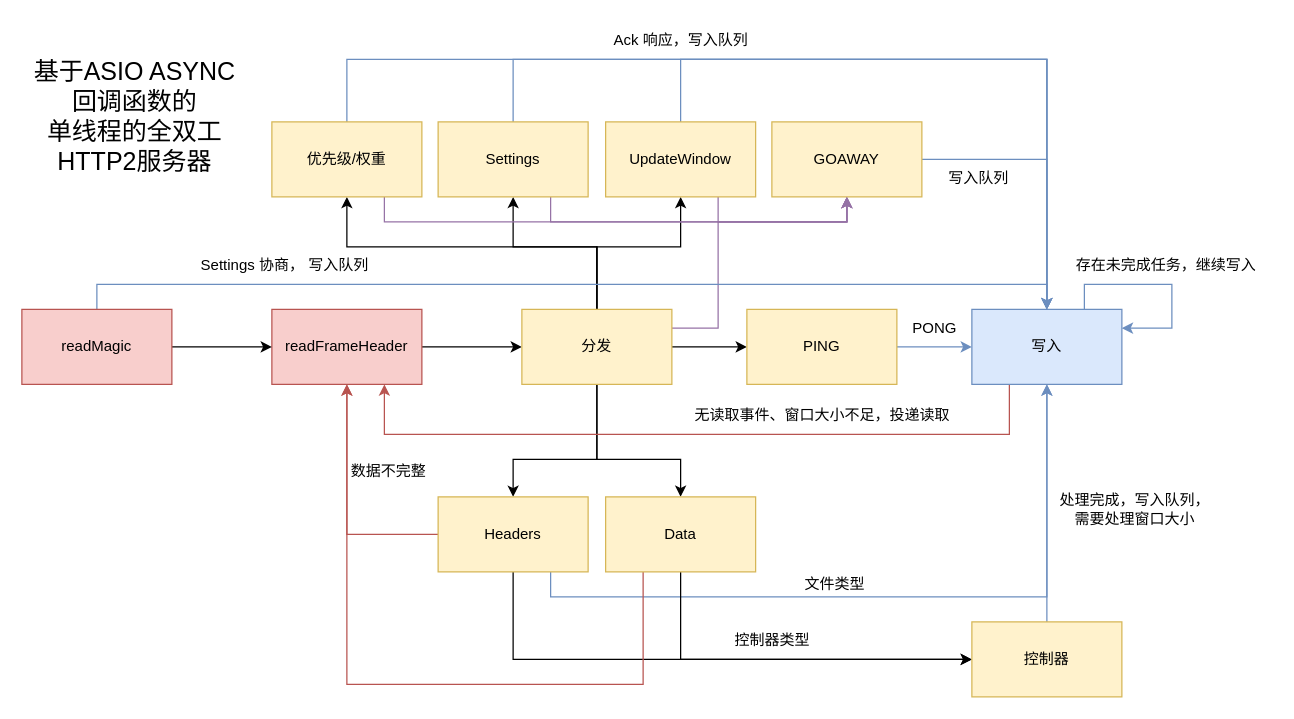
Earlier version of the draw.io diagram scratch.drawio (libsese/sese). Source tidied: cells renumbered, new cells numbered last; positions are measured from the earlier drawing's top-left corner, leaving out a move shared by most shapes. Both pictures are drawn from the tidied source at 125%, with x=0, y=0 at pixel (21, 21).
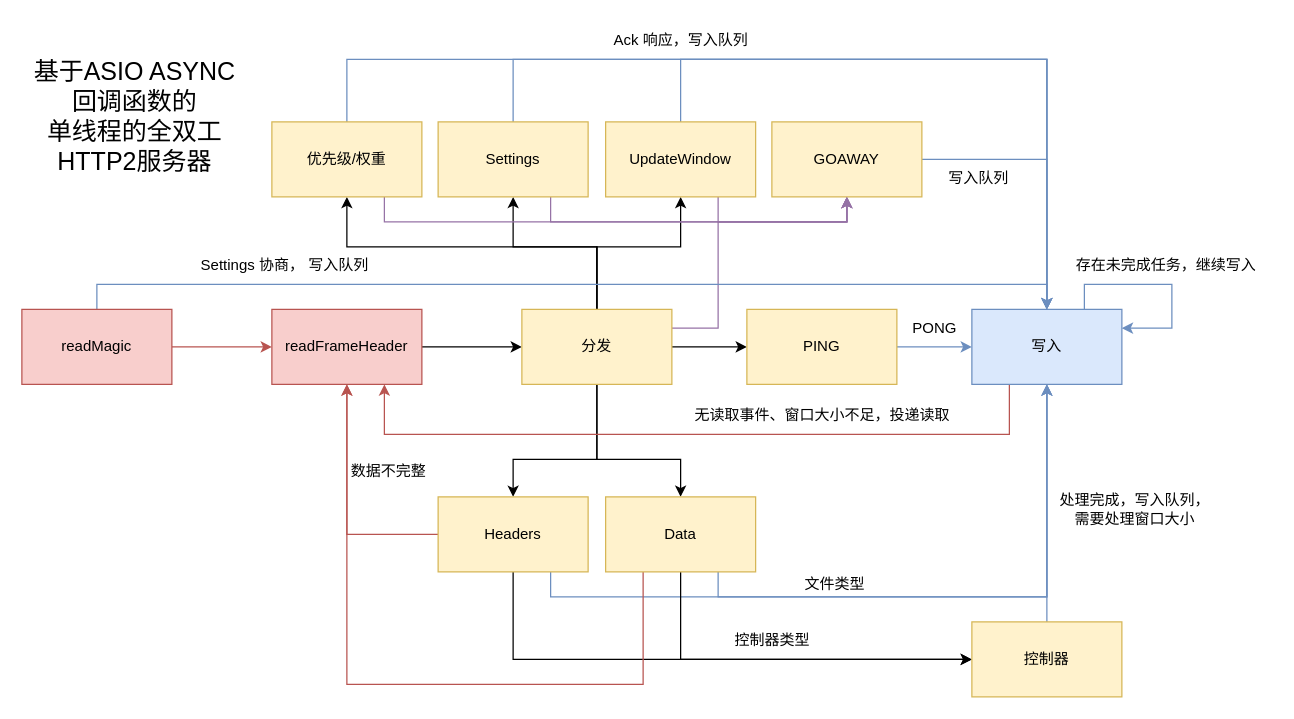
After the change.

The change refers to these unchanged cells:
```xml
<mxCell id="3" value="readFrameHeader" style="rounded=0;whiteSpace=wrap;html=1;fillColor=#f8cecc;strokeColor=#b85450;" parent="1" vertex="1">
  <mxGeometry x="200" y="230" width="120" height="60" as="geometry" />
</mxCell>
<mxCell id="20" value="readMagic" style="rounded=0;whiteSpace=wrap;html=1;fillColor=#f8cecc;strokeColor=#b85450;" parent="1" vertex="1">
  <mxGeometry y="230" width="120" height="60" as="geometry" />
</mxCell>
<mxCell id="27" value="Data" style="rounded=0;whiteSpace=wrap;html=1;fillColor=#fff2cc;strokeColor=#d6b656;" parent="1" vertex="1">
  <mxGeometry x="467" y="380" width="120" height="60" as="geometry" />
</mxCell>
<mxCell id="29" value="写入" style="rounded=0;whiteSpace=wrap;html=1;fillColor=#dae8fc;strokeColor=#6c8ebf;" parent="1" vertex="1">
  <mxGeometry x="760" y="230" width="120" height="60" as="geometry" />
</mxCell>
```

What changed in the source:
```diff
@@
-    <mxCell id="18" style="edgeStyle=orthogonalEdgeStyle;rounded=0;jettySize=auto;html=1;exitX=1;exitY=0.5;exitDx=0;exitDy=0;entryX=0;entryY=0.5;entryDx=0;entryDy=0;" parent="1" edge="1" source="20" target="3">
+    <mxCell id="18" style="edgeStyle=orthogonalEdgeStyle;rounded=0;jettySize=auto;html=1;exitX=1;exitY=0.5;exitDx=0;exitDy=0;entryX=0;entryY=0.5;entryDx=0;entryDy=0;fillColor=#f8cecc;strokeColor=#b85450;" parent="1" edge="1" source="20" target="3">
       <mxGeometry relative="1" as="geometry" />
     </mxCell>
@@
+    <mxCell id="51" style="edgeStyle=orthogonalEdgeStyle;rounded=0;jettySize=auto;html=1;exitX=0.75;exitY=1;exitDx=0;exitDy=0;entryX=0.5;entryY=1;entryDx=0;entryDy=0;fillColor=#dae8fc;strokeColor=#6c8ebf;" parent="1" edge="1" source="27" target="29">
+      <mxGeometry relative="1" as="geometry" />
+    </mxCell>
```
